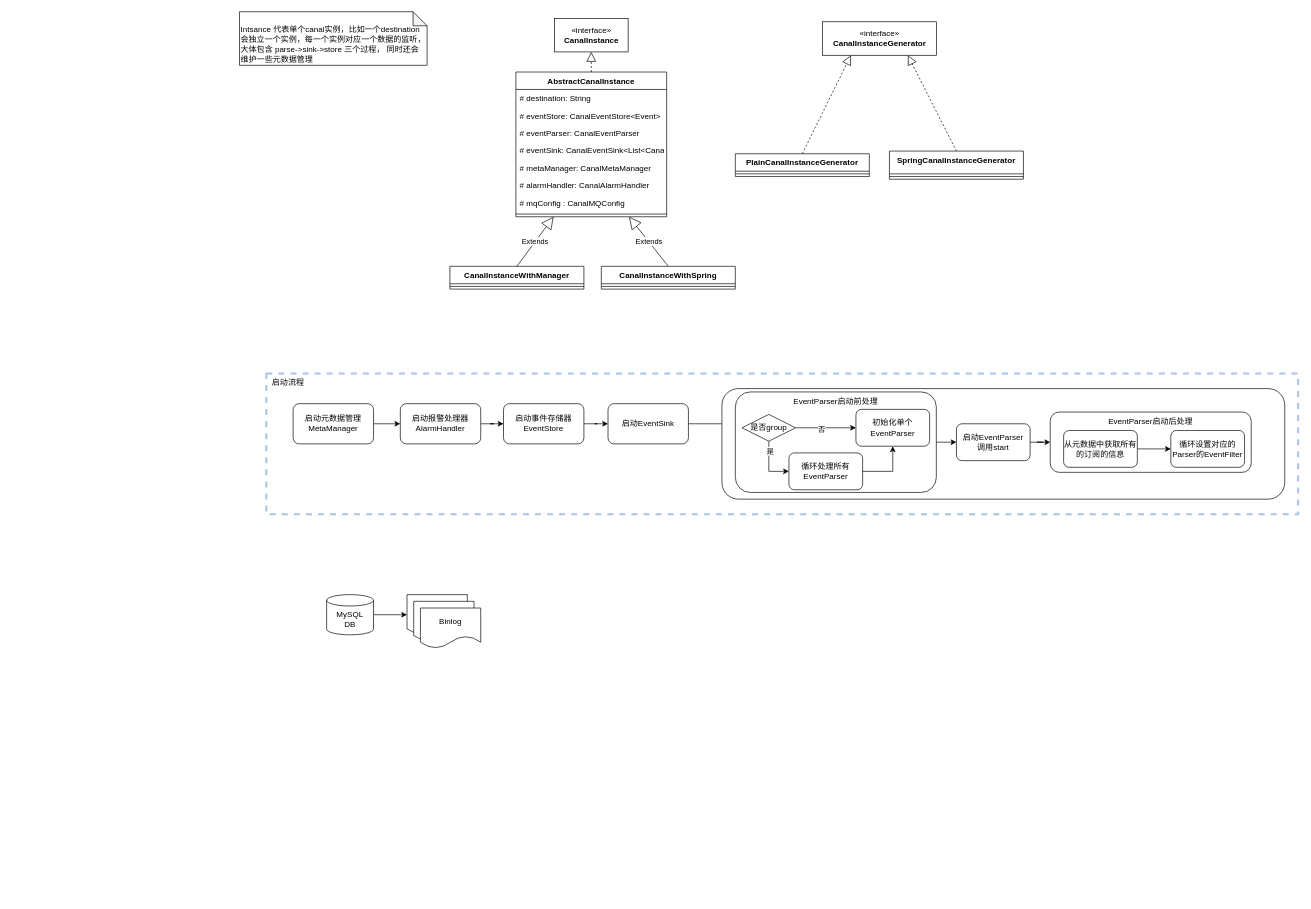
Earlier version of the draw.io diagram page "Instance" (1 of 2) of Canal.drawio (shixw/drawio-depository). Source tidied: cells renumbered, new cells numbered last; positions are measured from the earlier drawing's top-left corner, leaving out a move shared by most shapes. Both pictures are drawn from the tidied source at 67%, with x=0, y=0 at pixel (239, 11).
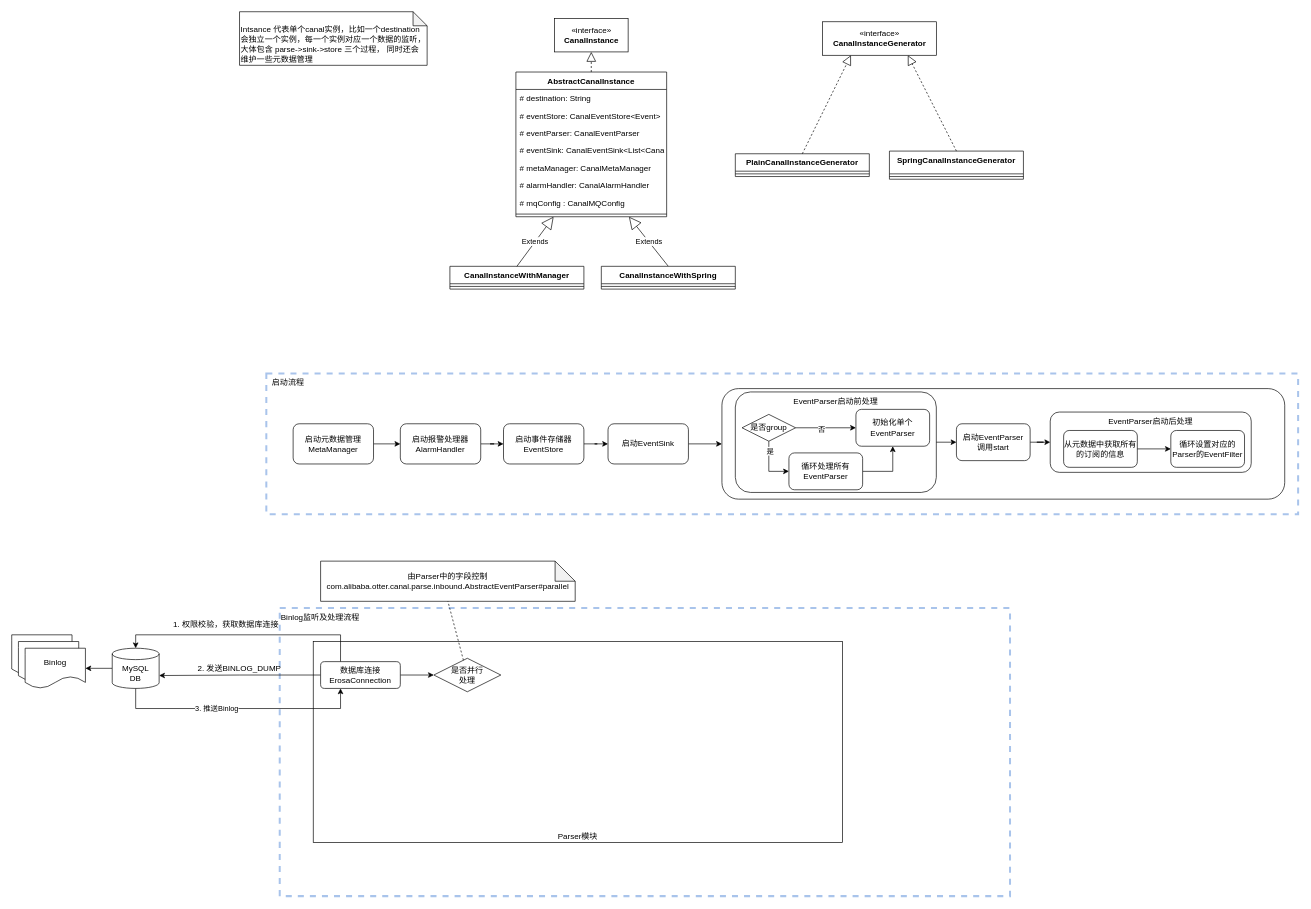
The same diagram, later.

Unchanged cells that the change refers to:
```xml
<mxCell id="6" style="shape=document;whiteSpace=wrap;html=1;boundedLbl=1;" parent="5" vertex="1">
  <mxGeometry width="90" height="60" as="geometry" />
</mxCell>
<mxCell id="8" value="Binlog" style="shape=document;whiteSpace=wrap;html=1;boundedLbl=1;" parent="5" vertex="1">
  <mxGeometry x="20" y="20" width="90" height="60" as="geometry" />
</mxCell>
<mxCell id="42" style="rounded=1;whiteSpace=wrap;html=1;strokeColor=#000000;strokeWidth=1;fillColor=default;" parent="1" vertex="1">
  <mxGeometry x="720" y="562.5" width="840" height="165" as="geometry" />
</mxCell>
```

What changed in the source:
```diff
@@
-    <mxCell id="3" style="edgeStyle=orthogonalEdgeStyle;rounded=0;jettySize=auto;html=1;entryX=0;entryY=0.5;entryDx=0;entryDy=0;" parent="1" edge="1" source="4" target="6">
+    <mxCell id="3" style="edgeStyle=orthogonalEdgeStyle;rounded=0;jettySize=auto;html=1;entryX=1;entryY=0.5;entryDx=0;entryDy=0;" parent="1" edge="1" source="4" target="8">
       <mxGeometry relative="1" as="geometry" />
     </mxCell>
     <mxCell id="4" value="MySQL&lt;br&gt;DB" style="shape=cylinder3;whiteSpace=wrap;html=1;boundedLbl=1;backgroundOutline=1;size=8.5;" parent="1" vertex="1">
-      <mxGeometry x="130" y="870" width="70" height="60" as="geometry" />
+      <mxGeometry x="-190" y="950" width="70" height="60" as="geometry" />
     </mxCell>
     <mxCell id="5" style="group;" parent="1" vertex="1">
-      <mxGeometry x="250" y="870" width="110" height="80" as="geometry" />
+      <mxGeometry x="-340" y="930" width="110" height="80" as="geometry" />
     </mxCell>
@@
     <mxCell id="35" value="启动元数据管理&lt;br&gt;MetaManager" style="rounded=1;whiteSpace=wrap;html=1;strokeColor=#000000;strokeWidth=1;fillColor=default;" parent="1" vertex="1">
-      <mxGeometry x="80" y="585" width="120" height="60" as="geometry" />
+      <mxGeometry x="80" y="615" width="120" height="60" as="geometry" />
     </mxCell>
@@
     <mxCell id="37" value="启动报警处理器&lt;br&gt;AlarmHandler" style="rounded=1;whiteSpace=wrap;html=1;strokeColor=#000000;strokeWidth=1;fillColor=default;" parent="1" vertex="1">
-      <mxGeometry x="240" y="585" width="120" height="60" as="geometry" />
+      <mxGeometry x="240" y="615" width="120" height="60" as="geometry" />
     </mxCell>
@@
     <mxCell id="39" value="启动事件存储器&lt;br&gt;EventStore" style="rounded=1;whiteSpace=wrap;html=1;strokeColor=#000000;strokeWidth=1;fillColor=default;" parent="1" vertex="1">
-      <mxGeometry x="394" y="585" width="120" height="60" as="geometry" />
+      <mxGeometry x="394" y="615" width="120" height="60" as="geometry" />
     </mxCell>
-    <mxCell id="40" style="edgeStyle=orthogonalEdgeStyle;rounded=0;jettySize=auto;html=1;" parent="1" edge="1" source="41">
-      <mxGeometry relative="1" as="geometry">
-        <mxPoint x="770" y="615" as="targetPoint" />
-      </mxGeometry>
+    <mxCell id="40" style="edgeStyle=orthogonalEdgeStyle;rounded=0;jettySize=auto;html=1;entryX=0;entryY=0.5;entryDx=0;entryDy=0;" parent="1" edge="1" source="41" target="42">
+      <mxGeometry relative="1" as="geometry" />
     </mxCell>
     <mxCell id="41" value="启动EventSink" style="rounded=1;whiteSpace=wrap;html=1;strokeColor=#000000;strokeWidth=1;fillColor=default;" parent="1" vertex="1">
-      <mxGeometry x="550" y="585" width="120" height="60" as="geometry" />
+      <mxGeometry x="550" y="615" width="120" height="60" as="geometry" />
     </mxCell>
@@
+    <mxCell id="59" value="Binlog监听及处理流程" style="rounded=0;whiteSpace=wrap;html=1;align=left;verticalAlign=top;fillColor=none;strokeWidth=3;dashed=1;strokeColor=#A9C4EB;" parent="1" vertex="1">
+      <mxGeometry x="60" y="890" width="1090" height="430" as="geometry" />
+    </mxCell>
+    <mxCell id="60" value="Parser模块" style="rounded=0;whiteSpace=wrap;html=1;verticalAlign=bottom;" parent="1" vertex="1">
+      <mxGeometry x="110" y="940" width="790" height="300" as="geometry" />
+    </mxCell>
+    <mxCell id="61" style="edgeStyle=orthogonalEdgeStyle;rounded=0;jettySize=auto;html=1;exitX=0.25;exitY=0;exitDx=0;exitDy=0;entryX=0.5;entryY=0;entryDx=0;entryDy=0;entryPerimeter=0;" parent="1" edge="1" source="64" target="4">
+      <mxGeometry relative="1" as="geometry" />
+    </mxCell>
+    <mxCell id="62" style="edgeStyle=orthogonalEdgeStyle;rounded=0;jettySize=auto;html=1;entryX=1;entryY=0;entryDx=0;entryDy=40.75;entryPerimeter=0;startArrow=none;" parent="1" edge="1" source="64" target="4">
+      <mxGeometry relative="1" as="geometry" />
+    </mxCell>
+    <mxCell id="63" style="edgeStyle=orthogonalEdgeStyle;rounded=0;jettySize=auto;html=1;" parent="1" edge="1" source="64" target="69">
+      <mxGeometry relative="1" as="geometry" />
+    </mxCell>
+    <mxCell id="64" value="数据库连接&lt;br&gt;ErosaConnection" style="rounded=1;whiteSpace=wrap;html=1;" parent="1" vertex="1">
+      <mxGeometry x="121" y="970" width="119" height="40" as="geometry" />
+    </mxCell>
+    <mxCell id="65" value="1. 权限校验，获取数据库连接" style="text;html=1;strokeColor=none;fillColor=none;align=center;verticalAlign=middle;whiteSpace=wrap;rounded=0;" parent="1" vertex="1">
+      <mxGeometry x="-110" y="900" width="180" height="30" as="geometry" />
+    </mxCell>
+    <mxCell id="66" value="2. 发送BINLOG_DUMP" style="text;html=1;strokeColor=none;fillColor=none;align=center;verticalAlign=middle;whiteSpace=wrap;rounded=0;" parent="1" vertex="1">
+      <mxGeometry x="-90" y="965" width="180" height="30" as="geometry" />
+    </mxCell>
+    <mxCell id="67" style="edgeStyle=orthogonalEdgeStyle;rounded=0;jettySize=auto;html=1;entryX=0.25;entryY=1;entryDx=0;entryDy=0;exitX=0.5;exitY=1;exitDx=0;exitDy=0;exitPerimeter=0;" parent="1" edge="1" source="4" target="64">
+      <mxGeometry relative="1" as="geometry">
+        <Array as="points">
+          <mxPoint x="-155" y="1040" />
+          <mxPoint x="151" y="1040" />
+        </Array>
+      </mxGeometry>
+    </mxCell>
+    <mxCell id="68" value="3. 推送Binlog" style="edgeLabel;html=1;align=center;verticalAlign=middle;" parent="67" vertex="1">
+      <mxGeometry x="-0.18" y="1" relative="1" as="geometry" />
+    </mxCell>
+    <mxCell id="69" value="是否并行&lt;br&gt;处理" style="rhombus;whiteSpace=wrap;html=1;" parent="1" vertex="1">
+      <mxGeometry x="290" y="965" width="100" height="50" as="geometry" />
+    </mxCell>
+    <mxCell id="70" value="由Parser中的字段控制&lt;br&gt;com.alibaba.otter.canal.parse.inbound.AbstractEventParser#parallel" style="shape=note;whiteSpace=wrap;html=1;backgroundOutline=1;darkOpacity=0.05;" parent="1" vertex="1">
+      <mxGeometry x="121" y="820" width="380" height="60" as="geometry" />
+    </mxCell>
+    <mxCell id="71" style="endArrow=none;dashed=1;html=1;rounded=0;entryX=0.5;entryY=1;entryDx=0;entryDy=0;entryPerimeter=0;" parent="1" edge="1" source="69" target="70">
+      <mxGeometry relative="1" as="geometry" />
+    </mxCell>
```
